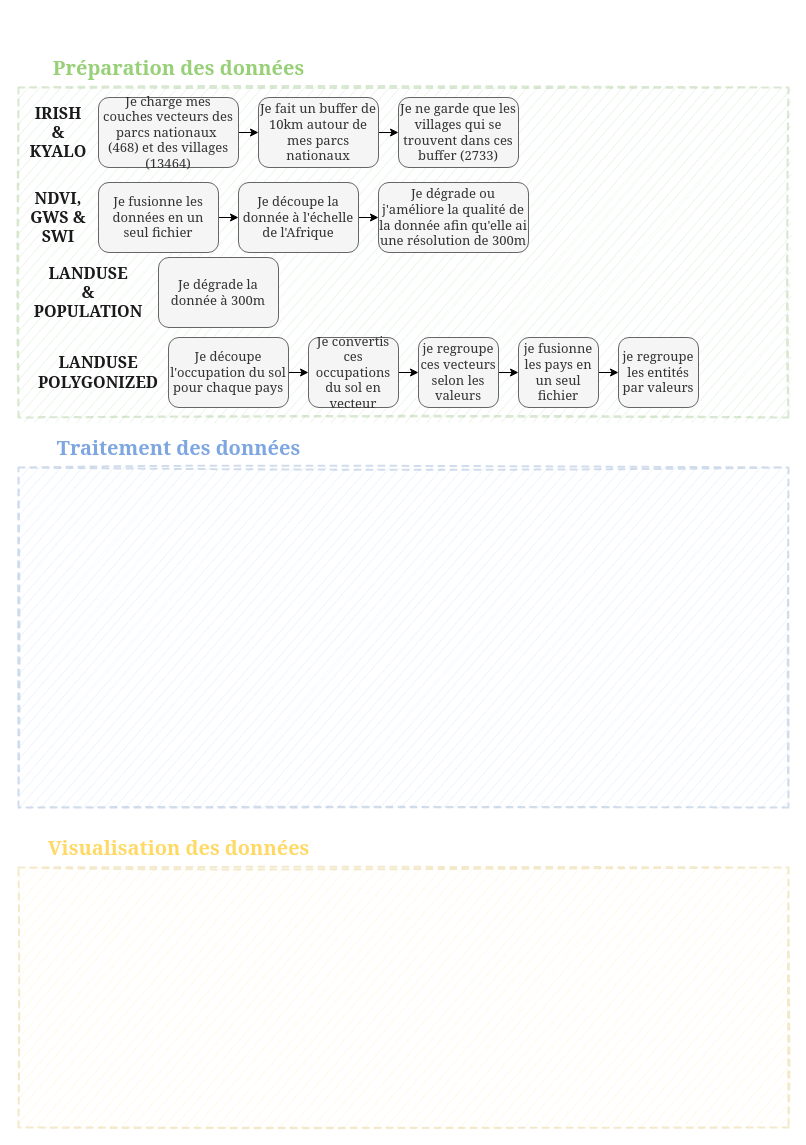
Earlier version of the draw.io diagram page "Global I/O" (1 of 2) of docs/INPMT_simple.drawio (pierre-manchon/INPMT). Source tidied: cells renumbered, new cells numbered last; positions are measured from the earlier drawing's top-left corner, leaving out a move shared by most shapes. Both pictures are drawn from the tidied source at 100%, with x=0, y=0 at pixel (18, 47).
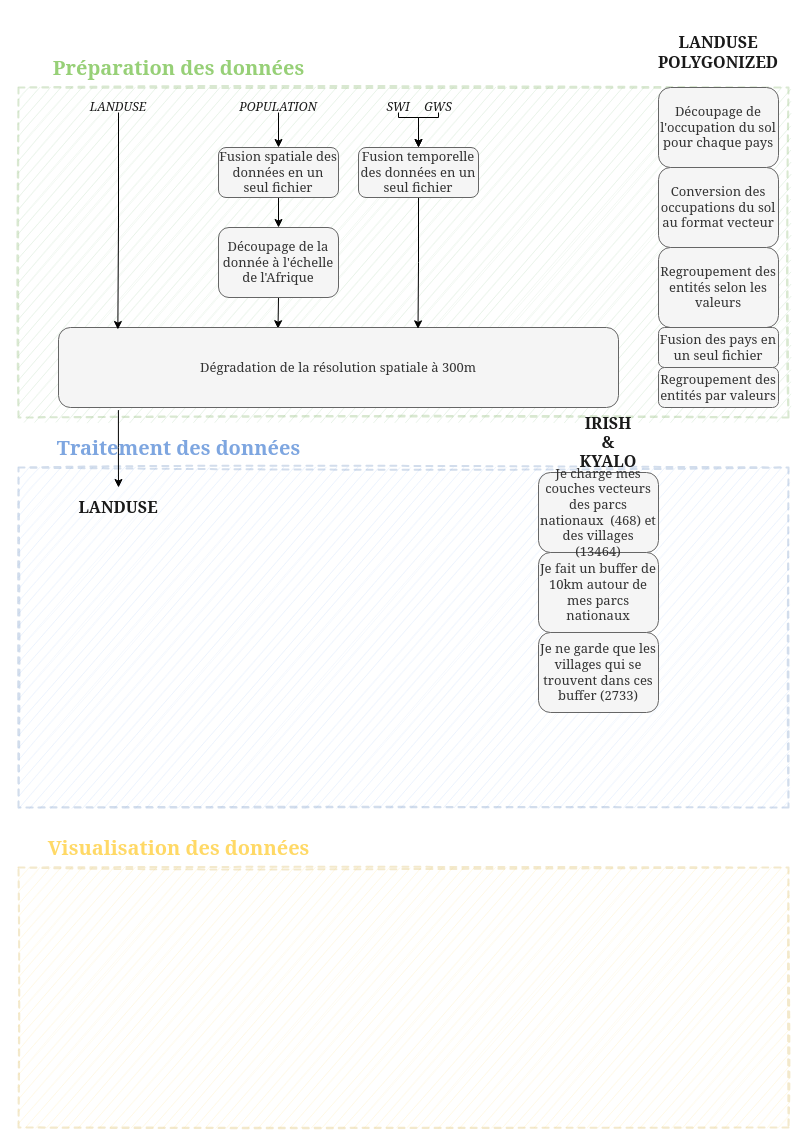
The same page after the edit.

Diff of the diagram source:
```diff
@@
-    <mxCell id="8" style="edgeStyle=orthogonalEdgeStyle;rounded=0;jettySize=auto;html=1;exitX=1;exitY=0.5;exitDx=0;exitDy=0;entryX=0;entryY=0.5;entryDx=0;entryDy=0;fontFamily=Georgia;fontSize=13;fontColor=#7EA6E0;" parent="1" edge="1" source="9" target="10">
-      <mxGeometry relative="1" as="geometry" />
-    </mxCell>
     <mxCell id="9" value="Je fait un buffer de 10km autour de mes parcs nationaux" style="rounded=1;whiteSpace=wrap;html=1;shadow=0;labelBackgroundColor=none;sketch=0;fontFamily=Georgia;fontSize=13;strokeWidth=1;fillColor=#f5f5f5;strokeColor=#666666;fontColor=#333333;" parent="1" vertex="1">
-      <mxGeometry x="240" y="50" width="120" height="70" as="geometry" />
+      <mxGeometry x="520" y="505" width="120" height="80" as="geometry" />
     </mxCell>
     <mxCell id="10" value="Je ne garde que les villages qui se trouvent dans ces buffer (2733)" style="rounded=1;whiteSpace=wrap;html=1;shadow=0;labelBackgroundColor=none;sketch=0;fontFamily=Georgia;fontSize=13;strokeWidth=1;fillColor=#f5f5f5;strokeColor=#666666;fontColor=#333333;" parent="1" vertex="1">
-      <mxGeometry x="380" y="50" width="120" height="70" as="geometry" />
+      <mxGeometry x="520" y="585" width="120" height="80" as="geometry" />
     </mxCell>
-    <mxCell id="11" style="edgeStyle=orthogonalEdgeStyle;rounded=0;jettySize=auto;html=1;exitX=1;exitY=0.5;exitDx=0;exitDy=0;entryX=0;entryY=0.5;entryDx=0;entryDy=0;fontFamily=Georgia;fontSize=13;fontColor=#7EA6E0;" parent="1" edge="1" source="12" target="14">
+    <mxCell id="11" style="edgeStyle=orthogonalEdgeStyle;rounded=0;jettySize=auto;html=1;exitX=0.5;exitY=1;exitDx=0;exitDy=0;entryX=0.5;entryY=0;entryDx=0;entryDy=0;fontSize=12;" parent="1" edge="1" source="12" target="14">
       <mxGeometry relative="1" as="geometry" />
     </mxCell>
-    <mxCell id="12" value="Je fusionne les données en un seul fichier" style="rounded=1;whiteSpace=wrap;html=1;shadow=0;labelBackgroundColor=none;sketch=0;fontFamily=Georgia;fontSize=13;strokeWidth=1;fillColor=#f5f5f5;strokeColor=#666666;fontColor=#333333;" parent="1" vertex="1">
-      <mxGeometry x="80" y="135" width="120" height="70" as="geometry" />
+    <mxCell id="12" value="Fusion spatiale des données en un seul fichier" style="rounded=1;whiteSpace=wrap;html=1;shadow=0;labelBackgroundColor=none;sketch=0;fontFamily=Georgia;fontSize=13;strokeWidth=1;fillColor=#f5f5f5;strokeColor=#666666;fontColor=#333333;" parent="1" vertex="1">
+      <mxGeometry x="200" y="100" width="120" height="50" as="geometry" />
     </mxCell>
-    <mxCell id="13" style="edgeStyle=orthogonalEdgeStyle;rounded=0;jettySize=auto;html=1;exitX=1;exitY=0.5;exitDx=0;exitDy=0;entryX=0;entryY=0.5;entryDx=0;entryDy=0;fontFamily=Georgia;fontSize=13;fontColor=#7EA6E0;" parent="1" edge="1" source="14" target="15">
-      <mxGeometry relative="1" as="geometry" />
-    </mxCell>
+    <mxCell id="32" style="edgeStyle=orthogonalEdgeStyle;rounded=0;jettySize=auto;html=1;exitX=0.5;exitY=1;exitDx=0;exitDy=0;entryX=0.392;entryY=0.015;entryDx=0;entryDy=0;entryPerimeter=0;fontSize=12;" parent="1" edge="1" source="14" target="20">
+      <mxGeometry relative="1" as="geometry" />
+    </mxCell>
-    <mxCell id="14" value="Je découpe la donnée à l'échelle de l'Afrique" style="rounded=1;whiteSpace=wrap;html=1;shadow=0;labelBackgroundColor=none;sketch=0;fontFamily=Georgia;fontSize=13;strokeWidth=1;fillColor=#f5f5f5;strokeColor=#666666;fontColor=#333333;" parent="1" vertex="1">
-      <mxGeometry x="220" y="135" width="120" height="70" as="geometry" />
+    <mxCell id="14" value="Découpage de la donnée à l'échelle de l'Afrique" style="rounded=1;whiteSpace=wrap;html=1;shadow=0;labelBackgroundColor=none;sketch=0;fontFamily=Georgia;fontSize=13;strokeWidth=1;fillColor=#f5f5f5;strokeColor=#666666;fontColor=#333333;" parent="1" vertex="1">
+      <mxGeometry x="200" y="180" width="120" height="70" as="geometry" />
     </mxCell>
-    <mxCell id="15" value="Je dégrade ou j'améliore la qualité de la donnée afin qu'elle ai une résolution de 300m" style="rounded=1;whiteSpace=wrap;html=1;shadow=0;labelBackgroundColor=none;sketch=0;fontFamily=Georgia;fontSize=13;strokeWidth=1;fillColor=#f5f5f5;strokeColor=#666666;fontColor=#333333;" parent="1" vertex="1">
-      <mxGeometry x="360" y="135" width="150" height="70" as="geometry" />
-    </mxCell>
-    <mxCell id="16" style="edgeStyle=orthogonalEdgeStyle;rounded=0;jettySize=auto;html=1;exitX=1;exitY=0.5;exitDx=0;exitDy=0;entryX=0;entryY=0.5;entryDx=0;entryDy=0;fontFamily=Georgia;fontSize=13;fontColor=#7EA6E0;" parent="1" edge="1" source="17" target="9">
-      <mxGeometry relative="1" as="geometry" />
-    </mxCell>
     <mxCell id="17" value="Je charge mes couches vecteurs des parcs nationaux&amp;nbsp; (468) et des villages (13464)" style="rounded=1;whiteSpace=wrap;html=1;shadow=0;labelBackgroundColor=none;sketch=0;fontFamily=Georgia;fontSize=13;strokeWidth=1;fillColor=#f5f5f5;strokeColor=#666666;fontColor=#333333;" parent="1" vertex="1">
-      <mxGeometry x="80" y="50" width="140" height="70" as="geometry" />
+      <mxGeometry x="520" y="425" width="120" height="80" as="geometry" />
     </mxCell>
-    <mxCell id="18" value="NDVI, GWS &amp;amp; SWI" style="text;html=1;strokeColor=none;fillColor=none;align=center;verticalAlign=middle;whiteSpace=wrap;rounded=0;shadow=0;labelBackgroundColor=none;sketch=0;fontFamily=Georgia;fontSize=16;fontColor=#1A1A1A;fontStyle=1;" parent="1" vertex="1">
-      <mxGeometry x="10" y="135" width="60" height="70" as="geometry" />
-    </mxCell>
     <mxCell id="19" value="IRISH &amp;amp; KYALO" style="text;html=1;strokeColor=none;fillColor=none;align=center;verticalAlign=middle;whiteSpace=wrap;rounded=0;shadow=0;labelBackgroundColor=none;sketch=0;fontFamily=Georgia;fontSize=16;fontColor=#1A1A1A;fontStyle=1;" parent="1" vertex="1">
-      <mxGeometry x="10" y="50" width="60" height="70" as="geometry" />
+      <mxGeometry x="560" y="360" width="60" height="70" as="geometry" />
     </mxCell>
+    <mxCell id="33" style="edgeStyle=orthogonalEdgeStyle;rounded=0;jettySize=auto;html=1;exitX=0.107;exitY=1.033;exitDx=0;exitDy=0;entryX=0.5;entryY=0;entryDx=0;entryDy=0;fontSize=12;exitPerimeter=0;" parent="1" edge="1" source="20" target="35">
+      <mxGeometry relative="1" as="geometry" />
+    </mxCell>
-    <mxCell id="20" value="Je dégrade la donnée à 300m" style="rounded=1;whiteSpace=wrap;html=1;shadow=0;labelBackgroundColor=none;sketch=0;fontFamily=Georgia;fontSize=13;strokeWidth=1;fillColor=#f5f5f5;strokeColor=#666666;fontColor=#333333;" parent="1" vertex="1">
-      <mxGeometry x="140" y="210" width="120" height="70" as="geometry" />
+    <mxCell id="20" value="Dégradation de la résolution spatiale à 300m" style="rounded=1;whiteSpace=wrap;html=1;shadow=0;labelBackgroundColor=none;sketch=0;fontFamily=Georgia;fontSize=13;strokeWidth=1;fillColor=#f5f5f5;strokeColor=#666666;fontColor=#333333;" parent="1" vertex="1">
+      <mxGeometry x="40" y="280" width="560" height="80" as="geometry" />
     </mxCell>
+    <mxCell id="34" style="edgeStyle=orthogonalEdgeStyle;rounded=0;jettySize=auto;html=1;exitX=0.5;exitY=1;exitDx=0;exitDy=0;entryX=0.106;entryY=0.025;entryDx=0;entryDy=0;entryPerimeter=0;fontSize=12;" parent="1" edge="1" source="21" target="20">
+      <mxGeometry relative="1" as="geometry" />
+    </mxCell>
-    <mxCell id="21" value="LANDUSE&lt;br&gt;&amp;amp; POPULATION" style="text;html=1;strokeColor=none;fillColor=none;align=center;verticalAlign=middle;whiteSpace=wrap;rounded=0;shadow=0;labelBackgroundColor=none;sketch=0;fontFamily=Georgia;fontSize=16;fontColor=#1A1A1A;fontStyle=1;" parent="1" vertex="1">
-      <mxGeometry x="10" y="210" width="120" height="70" as="geometry" />
+    <mxCell id="21" value="LANDUSE" style="text;html=1;strokeColor=none;fillColor=none;align=center;verticalAlign=middle;whiteSpace=wrap;rounded=0;shadow=0;labelBackgroundColor=none;sketch=0;fontFamily=Georgia;fontSize=12;fontColor=#1A1A1A;fontStyle=2;rotation=0;direction=east;" parent="1" vertex="1">
+      <mxGeometry x="25" y="55" width="150" height="10" as="geometry" />
     </mxCell>
     <mxCell id="22" value="LANDUSE POLYGONIZED" style="text;html=1;strokeColor=none;fillColor=none;align=center;verticalAlign=middle;whiteSpace=wrap;rounded=0;shadow=0;labelBackgroundColor=none;sketch=0;fontFamily=Georgia;fontSize=16;fontColor=#1A1A1A;fontStyle=1;" parent="1" vertex="1">
-      <mxGeometry x="10" y="290" width="140" height="70" as="geometry" />
+      <mxGeometry x="640" y="-30" width="120" height="70" as="geometry" />
     </mxCell>
-    <mxCell id="23" style="edgeStyle=orthogonalEdgeStyle;rounded=0;jettySize=auto;html=1;exitX=1;exitY=0.5;exitDx=0;exitDy=0;entryX=0;entryY=0.5;entryDx=0;entryDy=0;fontFamily=Georgia;fontSize=16;fontColor=#1A1A1A;" parent="1" edge="1" source="24" target="26">
-      <mxGeometry relative="1" as="geometry" />
-    </mxCell>
-    <mxCell id="24" value="Je découpe l'occupation du sol pour chaque pays" style="rounded=1;whiteSpace=wrap;html=1;shadow=0;labelBackgroundColor=none;sketch=0;fontFamily=Georgia;fontSize=13;strokeWidth=1;fillColor=#f5f5f5;strokeColor=#666666;fontColor=#333333;" parent="1" vertex="1">
-      <mxGeometry x="150" y="290" width="120" height="70" as="geometry" />
+    <mxCell id="24" value="Découpage de l'occupation du sol pour chaque pays" style="rounded=1;whiteSpace=wrap;html=1;shadow=0;labelBackgroundColor=none;sketch=0;fontFamily=Georgia;fontSize=13;strokeWidth=1;fillColor=#f5f5f5;strokeColor=#666666;fontColor=#333333;" parent="1" vertex="1">
+      <mxGeometry x="640" y="40" width="120" height="80" as="geometry" />
     </mxCell>
-    <mxCell id="25" style="edgeStyle=orthogonalEdgeStyle;rounded=0;jettySize=auto;html=1;exitX=1;exitY=0.5;exitDx=0;exitDy=0;entryX=0;entryY=0.5;entryDx=0;entryDy=0;fontFamily=Georgia;fontSize=16;fontColor=#1A1A1A;" parent="1" edge="1" source="26" target="28">
-      <mxGeometry relative="1" as="geometry" />
-    </mxCell>
-    <mxCell id="26" value="Je convertis ces occupations du sol en vecteur" style="rounded=1;whiteSpace=wrap;html=1;shadow=0;labelBackgroundColor=none;sketch=0;fontFamily=Georgia;fontSize=13;strokeWidth=1;fillColor=#f5f5f5;strokeColor=#666666;fontColor=#333333;" parent="1" vertex="1">
-      <mxGeometry x="290" y="290" width="90" height="70" as="geometry" />
+    <mxCell id="26" value="Conversion des occupations du sol au format vecteur" style="rounded=1;whiteSpace=wrap;html=1;shadow=0;labelBackgroundColor=none;sketch=0;fontFamily=Georgia;fontSize=13;strokeWidth=1;fillColor=#f5f5f5;strokeColor=#666666;fontColor=#333333;" parent="1" vertex="1">
+      <mxGeometry x="640" y="120" width="120" height="80" as="geometry" />
     </mxCell>
-    <mxCell id="27" style="edgeStyle=orthogonalEdgeStyle;rounded=0;jettySize=auto;html=1;exitX=1;exitY=0.5;exitDx=0;exitDy=0;entryX=0;entryY=0.5;entryDx=0;entryDy=0;fontFamily=Georgia;fontSize=16;fontColor=#1A1A1A;" parent="1" edge="1" source="28" target="30">
-      <mxGeometry relative="1" as="geometry" />
-    </mxCell>
-    <mxCell id="28" value="je regroupe ces vecteurs selon les valeurs" style="rounded=1;whiteSpace=wrap;html=1;shadow=0;labelBackgroundColor=none;sketch=0;fontFamily=Georgia;fontSize=13;strokeWidth=1;fillColor=#f5f5f5;strokeColor=#666666;fontColor=#333333;" parent="1" vertex="1">
-      <mxGeometry x="400" y="290" width="80" height="70" as="geometry" />
+    <mxCell id="28" value="Regroupement des entités selon les valeurs" style="rounded=1;whiteSpace=wrap;html=1;shadow=0;labelBackgroundColor=none;sketch=0;fontFamily=Georgia;fontSize=13;strokeWidth=1;fillColor=#f5f5f5;strokeColor=#666666;fontColor=#333333;" parent="1" vertex="1">
+      <mxGeometry x="640" y="200" width="120" height="80" as="geometry" />
     </mxCell>
-    <mxCell id="29" style="edgeStyle=orthogonalEdgeStyle;rounded=0;jettySize=auto;html=1;exitX=1;exitY=0.5;exitDx=0;exitDy=0;entryX=0;entryY=0.5;entryDx=0;entryDy=0;fontFamily=Georgia;fontSize=16;fontColor=#1A1A1A;" parent="1" edge="1" source="30" target="31">
-      <mxGeometry relative="1" as="geometry" />
-    </mxCell>
-    <mxCell id="30" value="je fusionne les pays en un seul fichier" style="rounded=1;whiteSpace=wrap;html=1;shadow=0;labelBackgroundColor=none;sketch=0;fontFamily=Georgia;fontSize=13;strokeWidth=1;fillColor=#f5f5f5;strokeColor=#666666;fontColor=#333333;" parent="1" vertex="1">
-      <mxGeometry x="500" y="290" width="80" height="70" as="geometry" />
+    <mxCell id="30" value="Fusion des pays en un seul fichier" style="rounded=1;whiteSpace=wrap;html=1;shadow=0;labelBackgroundColor=none;sketch=0;fontFamily=Georgia;fontSize=13;strokeWidth=1;fillColor=#f5f5f5;strokeColor=#666666;fontColor=#333333;" parent="1" vertex="1">
+      <mxGeometry x="640" y="280" width="120" height="40" as="geometry" />
     </mxCell>
-    <mxCell id="31" value="je regroupe les entités par valeurs" style="rounded=1;whiteSpace=wrap;html=1;shadow=0;labelBackgroundColor=none;sketch=0;fontFamily=Georgia;fontSize=13;strokeWidth=1;fillColor=#f5f5f5;strokeColor=#666666;fontColor=#333333;" parent="1" vertex="1">
-      <mxGeometry x="600" y="290" width="80" height="70" as="geometry" />
+    <mxCell id="31" value="Regroupement des entités par valeurs" style="rounded=1;whiteSpace=wrap;html=1;shadow=0;labelBackgroundColor=none;sketch=0;fontFamily=Georgia;fontSize=13;strokeWidth=1;fillColor=#f5f5f5;strokeColor=#666666;fontColor=#333333;" parent="1" vertex="1">
+      <mxGeometry x="640" y="320" width="120" height="40" as="geometry" />
     </mxCell>
+    <mxCell id="35" value="LANDUSE" style="text;html=1;strokeColor=none;fillColor=none;align=center;verticalAlign=middle;whiteSpace=wrap;rounded=0;shadow=0;labelBackgroundColor=none;sketch=0;fontFamily=Georgia;fontSize=16;fontColor=#1A1A1A;fontStyle=1;" parent="1" vertex="1">
+      <mxGeometry x="40" y="440" width="120" height="40" as="geometry" />
+    </mxCell>
+    <mxCell id="36" style="edgeStyle=orthogonalEdgeStyle;rounded=0;jettySize=auto;html=1;exitX=0.5;exitY=1;exitDx=0;exitDy=0;entryX=0.5;entryY=0;entryDx=0;entryDy=0;fontSize=12;" parent="1" edge="1" source="37" target="12">
+      <mxGeometry relative="1" as="geometry" />
+    </mxCell>
+    <mxCell id="37" value="POPULATION" style="text;html=1;strokeColor=none;fillColor=none;align=center;verticalAlign=middle;whiteSpace=wrap;rounded=0;shadow=0;labelBackgroundColor=none;sketch=0;fontFamily=Georgia;fontSize=12;fontColor=#1A1A1A;fontStyle=2;rotation=0;direction=east;" parent="1" vertex="1">
+      <mxGeometry x="185" y="55" width="150" height="10" as="geometry" />
+    </mxCell>
+    <mxCell id="38" style="edgeStyle=orthogonalEdgeStyle;rounded=0;jettySize=auto;html=1;exitX=0.5;exitY=1;exitDx=0;exitDy=0;entryX=0.5;entryY=0;entryDx=0;entryDy=0;fontSize=12;" parent="1" edge="1" source="39" target="43">
+      <mxGeometry relative="1" as="geometry">
+        <Array as="points">
+          <mxPoint x="380" y="70" />
+          <mxPoint x="400" y="70" />
+          <mxPoint x="400" y="100" />
+        </Array>
+      </mxGeometry>
+    </mxCell>
+    <mxCell id="39" value="SWI" style="text;html=1;strokeColor=none;fillColor=none;align=center;verticalAlign=middle;whiteSpace=wrap;rounded=0;shadow=0;labelBackgroundColor=none;sketch=0;fontFamily=Georgia;fontSize=12;fontColor=#1A1A1A;fontStyle=2;rotation=0;direction=east;" parent="1" vertex="1">
+      <mxGeometry x="360" y="55" width="40" height="10" as="geometry" />
+    </mxCell>
+    <mxCell id="40" style="edgeStyle=orthogonalEdgeStyle;rounded=0;jettySize=auto;html=1;exitX=0.5;exitY=1;exitDx=0;exitDy=0;entryX=0.5;entryY=0;entryDx=0;entryDy=0;fontSize=12;" parent="1" edge="1" source="41" target="43">
+      <mxGeometry relative="1" as="geometry">
+        <Array as="points">
+          <mxPoint x="420" y="70" />
+          <mxPoint x="400" y="70" />
+          <mxPoint x="400" y="100" />
+        </Array>
+      </mxGeometry>
+    </mxCell>
+    <mxCell id="41" value="GWS" style="text;html=1;strokeColor=none;fillColor=none;align=center;verticalAlign=middle;whiteSpace=wrap;rounded=0;shadow=0;labelBackgroundColor=none;sketch=0;fontFamily=Georgia;fontSize=12;fontColor=#1A1A1A;fontStyle=2;rotation=0;direction=east;" parent="1" vertex="1">
+      <mxGeometry x="400" y="55" width="40" height="10" as="geometry" />
+    </mxCell>
+    <mxCell id="42" style="edgeStyle=orthogonalEdgeStyle;rounded=0;jettySize=auto;html=1;exitX=0.5;exitY=1;exitDx=0;exitDy=0;entryX=0.642;entryY=0.017;entryDx=0;entryDy=0;entryPerimeter=0;fontSize=12;" parent="1" edge="1" source="43" target="20">
+      <mxGeometry relative="1" as="geometry" />
+    </mxCell>
+    <mxCell id="43" value="Fusion temporelle des données en un seul fichier" style="rounded=1;whiteSpace=wrap;html=1;shadow=0;labelBackgroundColor=none;sketch=0;fontFamily=Georgia;fontSize=13;strokeWidth=1;fillColor=#f5f5f5;strokeColor=#666666;fontColor=#333333;" parent="1" vertex="1">
+      <mxGeometry x="340" y="100" width="120" height="50" as="geometry" />
+    </mxCell>
```
